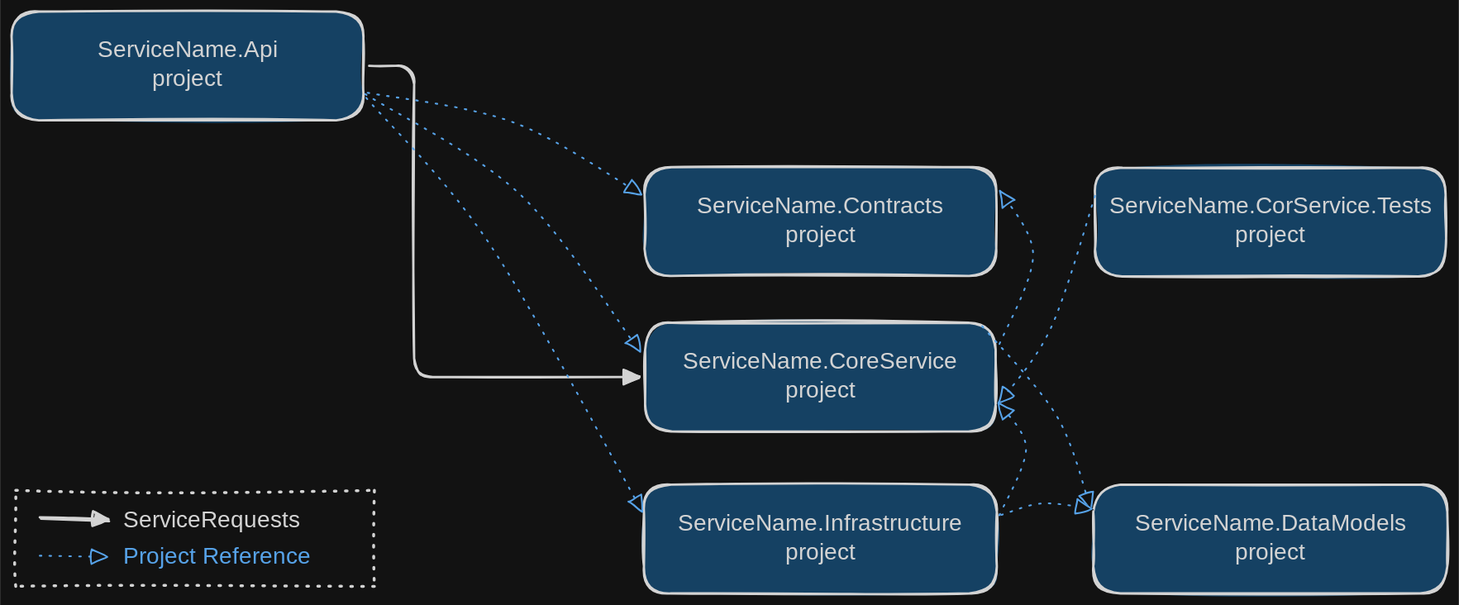
Earlier version of the Excalidraw export resources/schemas/CatServiceProjectStructure.excalidraw.svg (gmarginet/CleanArchitectureToolkit). Source tidied: one line per element, renumbered; positions are measured from the earlier drawing's top-left corner, leaving out a move shared by most shapes.
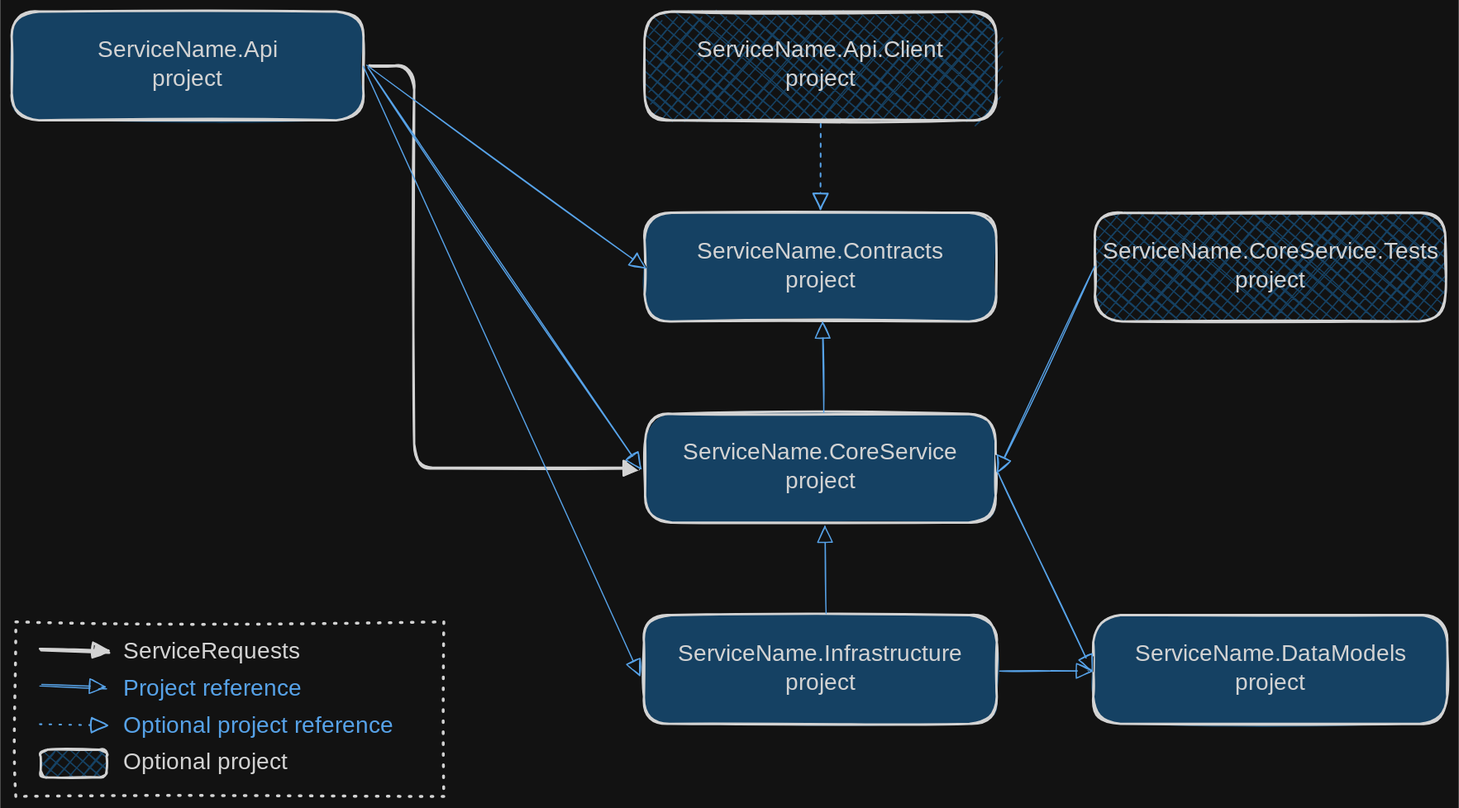
After the commit.

Commit message:
Add the optional Api.Client project to the service project structure (skip-pub)

The readme gets a section and a table row, the drawing gets the box, the
optional reference, more room between the rows and a fuller legend, and the
Cat.Templates plan no longer says the readme leaves the project out.

What changed in the source:
```diff
@@ -1,26 +1,33 @@
 {"id": 0, "type": "rectangle", "strokeColor": "#1e1e1e", "backgroundColor": "#a5d8ff", "fillStyle": "solid", "strokeWidth": 2, "roughness": 1, "round": true, "x": 0, "y": 0, "width": 304, "height": 94}
 {"id": 1, "type": "text", "text": "ServiceName.Api\nproject", "strokeColor": "#1e1e1e", "strokeWidth": 2, "roughness": 1, "fontSize": 20, "fontFamily": 5, "textAlign": "center", "verticalAlign": "middle", "inside": 0, "x": 77, "y": 22, "width": 150, "height": 50}
-{"id": 2, "type": "rectangle", "strokeColor": "#1e1e1e", "backgroundColor": "#a5d8ff", "fillStyle": "solid", "strokeWidth": 2, "roughness": 1, "round": true, "x": 548, "y": 269, "width": 303, "height": 94}
+{"id": 2, "type": "rectangle", "strokeColor": "#1e1e1e", "backgroundColor": "#a5d8ff", "fillStyle": "solid", "strokeWidth": 2, "roughness": 1, "round": true, "x": 548, "y": 348, "width": 303, "height": 94}
-{"id": 3, "type": "text", "text": "ServiceName.CoreService\nproject", "strokeColor": "#1e1e1e", "strokeWidth": 2, "roughness": 1, "fontSize": 20, "fontFamily": 5, "textAlign": "center", "verticalAlign": "middle", "inside": 2, "x": 583, "y": 291, "width": 232, "height": 50}
+{"id": 3, "type": "text", "text": "ServiceName.CoreService\nproject", "strokeColor": "#1e1e1e", "strokeWidth": 2, "roughness": 1, "fontSize": 20, "fontFamily": 5, "textAlign": "center", "verticalAlign": "middle", "inside": 2, "x": 583, "y": 370, "width": 232, "height": 50}
-{"id": 4, "type": "arrow", "strokeColor": "#1e1e1e", "strokeWidth": 2, "roughness": 1, "endArrowhead": "triangle", "from": 0, "to": 2, "x": 309, "y": 47, "width": 234, "height": 269, "points": [[0, 0], [39, 0], [39, 269], [234, 269]]}
+{"id": 4, "type": "arrow", "strokeColor": "#1e1e1e", "strokeWidth": 2, "roughness": 1, "endArrowhead": "triangle", "from": 0, "to": 2, "x": 309, "y": 47, "width": 234, "height": 348, "points": [[0, 0], [39, 0], [39, 348], [234, 348]]}
-{"id": 5, "type": "rectangle", "strokeColor": "#1e1e1e", "backgroundColor": "#a5d8ff", "fillStyle": "solid", "strokeWidth": 2, "roughness": 1, "round": true, "x": 547, "y": 134, "width": 304, "height": 94}
+{"id": 5, "type": "rectangle", "strokeColor": "#1e1e1e", "backgroundColor": "#a5d8ff", "fillStyle": "solid", "strokeWidth": 2, "roughness": 1, "round": true, "x": 547, "y": 174, "width": 304, "height": 94}
-{"id": 6, "type": "text", "text": "ServiceName.Contracts\nproject", "strokeColor": "#1e1e1e", "strokeWidth": 2, "roughness": 1, "fontSize": 20, "fontFamily": 5, "textAlign": "center", "verticalAlign": "middle", "inside": 5, "x": 590, "y": 156, "width": 218, "height": 50}
+{"id": 6, "type": "text", "text": "ServiceName.Contracts\nproject", "strokeColor": "#1e1e1e", "strokeWidth": 2, "roughness": 1, "fontSize": 20, "fontFamily": 5, "textAlign": "center", "verticalAlign": "middle", "inside": 5, "x": 590, "y": 196, "width": 218, "height": 50}
-{"id": 7, "type": "rectangle", "strokeColor": "#1e1e1e", "backgroundColor": "#a5d8ff", "fillStyle": "solid", "strokeWidth": 2, "roughness": 1, "round": true, "x": 546, "y": 409, "width": 305, "height": 94}
+{"id": 7, "type": "rectangle", "strokeColor": "#1e1e1e", "backgroundColor": "#a5d8ff", "fillStyle": "solid", "strokeWidth": 2, "roughness": 1, "round": true, "x": 546, "y": 522, "width": 305, "height": 94}
-{"id": 8, "type": "text", "text": "ServiceName.Infrastructure\nproject", "strokeColor": "#1e1e1e", "strokeWidth": 2, "roughness": 1, "fontSize": 20, "fontFamily": 5, "textAlign": "center", "verticalAlign": "middle", "inside": 7, "x": 568, "y": 431, "width": 263, "height": 50}
+{"id": 8, "type": "text", "text": "ServiceName.Infrastructure\nproject", "strokeColor": "#1e1e1e", "strokeWidth": 2, "roughness": 1, "fontSize": 20, "fontFamily": 5, "textAlign": "center", "verticalAlign": "middle", "inside": 7, "x": 568, "y": 544, "width": 263, "height": 50}
-{"id": 9, "type": "rectangle", "strokeColor": "#1e1e1e", "backgroundColor": "#a5d8ff", "fillStyle": "solid", "strokeWidth": 2, "roughness": 1, "round": true, "x": 935, "y": 409, "width": 306, "height": 94}
+{"id": 9, "type": "rectangle", "strokeColor": "#1e1e1e", "backgroundColor": "#a5d8ff", "fillStyle": "solid", "strokeWidth": 2, "roughness": 1, "round": true, "x": 935, "y": 522, "width": 306, "height": 94}
-{"id": 10, "type": "text", "text": "ServiceName.DataModels\nproject", "strokeColor": "#1e1e1e", "strokeWidth": 2, "roughness": 1, "fontSize": 20, "fontFamily": 5, "textAlign": "center", "verticalAlign": "middle", "inside": 9, "x": 970, "y": 431, "width": 236, "height": 50}
+{"id": 10, "type": "text", "text": "ServiceName.DataModels\nproject", "strokeColor": "#1e1e1e", "strokeWidth": 2, "roughness": 1, "fontSize": 20, "fontFamily": 5, "textAlign": "center", "verticalAlign": "middle", "inside": 9, "x": 970, "y": 544, "width": 236, "height": 50}
-{"id": 11, "type": "rectangle", "strokeColor": "#1e1e1e", "backgroundColor": "#a5d8ff", "fillStyle": "solid", "strokeWidth": 2, "roughness": 1, "round": true, "x": 936, "y": 135, "width": 303, "height": 94}
+{"id": 11, "type": "rectangle", "strokeColor": "#1e1e1e", "backgroundColor": "#a5d8ff", "fillStyle": "cross-hatch", "strokeWidth": 2, "roughness": 1, "round": true, "x": 936, "y": 174, "width": 303, "height": 94}
-{"id": 12, "type": "text", "text": "ServiceName.CorService.Tests\nproject", "strokeColor": "#1e1e1e", "strokeWidth": 2, "roughness": 1, "fontSize": 20, "fontFamily": 5, "textAlign": "center", "verticalAlign": "middle", "inside": 11, "x": 945, "y": 157, "width": 285, "height": 50}
+{"id": 12, "type": "text", "text": "ServiceName.CoreService.Tests\nproject", "strokeColor": "#1e1e1e", "strokeWidth": 2, "roughness": 1, "fontSize": 20, "fontFamily": 5, "textAlign": "center", "verticalAlign": "middle", "inside": 11, "x": 940, "y": 196, "width": 295, "height": 50}
-{"id": 13, "type": "arrow", "strokeColor": "#1971c2", "strokeWidth": 1, "strokeStyle": "dotted", "roughness": 1, "endArrowhead": "triangle_outline", "round": true, "x": 25, "y": 470, "width": 57, "height": 1, "points": [[0, 0], [57, 1]]}
+{"id": 13, "type": "arrow", "strokeColor": "#1971c2", "strokeWidth": 1, "strokeStyle": "dotted", "roughness": 1, "endArrowhead": "triangle_outline", "round": true, "x": 25, "y": 616, "width": 57, "height": 1, "points": [[0, 0], [57, 1]]}
-{"id": 14, "type": "text", "text": "Project Reference", "strokeColor": "#1971c2", "strokeWidth": 2, "strokeStyle": "dotted", "roughness": 1, "fontSize": 20, "fontFamily": 5, "x": 96, "y": 460, "width": 176, "height": 25}
+{"id": 14, "type": "text", "text": "Optional project reference", "strokeColor": "#1971c2", "strokeWidth": 2, "strokeStyle": "dotted", "roughness": 1, "fontSize": 20, "fontFamily": 5, "x": 96, "y": 606, "width": 250, "height": 25}
-{"id": 15, "type": "arrow", "strokeColor": "#1e1e1e", "strokeWidth": 2, "roughness": 1, "endArrowhead": "triangle", "round": true, "x": 24, "y": 439, "width": 59, "height": 1, "points": [[0, 0], [59, 1]]}
+{"id": 15, "type": "arrow", "strokeColor": "#1e1e1e", "strokeWidth": 2, "roughness": 1, "endArrowhead": "triangle", "round": true, "x": 24, "y": 553, "width": 59, "height": 1, "points": [[0, 0], [59, 1]]}
-{"id": 16, "type": "text", "text": "ServiceRequests", "strokeColor": "#1e1e1e", "strokeWidth": 2, "roughness": 1, "fontSize": 20, "fontFamily": 5, "x": 96, "y": 428, "width": 158, "height": 25}
+{"id": 16, "type": "text", "text": "ServiceRequests", "strokeColor": "#1e1e1e", "strokeWidth": 2, "roughness": 1, "fontSize": 20, "fontFamily": 5, "x": 96, "y": 542, "width": 158, "height": 25}
-{"id": 17, "type": "rectangle", "strokeColor": "#1e1e1e", "strokeWidth": 2, "strokeStyle": "dotted", "roughness": 1, "x": 4, "y": 414, "width": 310, "height": 83}
+{"id": 17, "type": "rectangle", "strokeColor": "#1e1e1e", "strokeWidth": 2, "strokeStyle": "dotted", "roughness": 1, "x": 4, "y": 528, "width": 370, "height": 151}
-{"id": 18, "type": "arrow", "strokeColor": "#1971c2", "strokeWidth": 1, "strokeStyle": "dotted", "roughness": 1, "endArrowhead": "triangle_outline", "round": true, "from": 0, "to": 5, "x": 308, "y": 71, "width": 237, "height": 88, "points": [[0, 0], [125, 24], [237, 88]]}
-{"id": 19, "type": "arrow", "strokeColor": "#1971c2", "strokeWidth": 1, "strokeStyle": "dotted", "roughness": 1, "endArrowhead": "triangle_outline", "round": true, "from": 0, "to": 2, "x": 306, "y": 71, "width": 238, "height": 222, "points": [[0, 0], [134, 86], [238, 222]]}
-{"id": 20, "type": "arrow", "strokeColor": "#1971c2", "strokeWidth": 1, "strokeStyle": "dotted", "roughness": 1, "endArrowhead": "triangle_outline", "round": true, "from": 0, "to": 7, "x": 305, "y": 74, "width": 240, "height": 359, "points": [[0, 0], [107, 127], [240, 359]]}
-{"id": 21, "type": "arrow", "strokeColor": "#1971c2", "strokeWidth": 1, "strokeStyle": "dotted", "roughness": 1, "startArrowhead": "triangle_outline", "round": true, "from": 5, "to": 2, "x": 854, "y": 155, "width": 29, "height": 134, "points": [[0, 0], [28, 55], [-1, 134]]}
-{"id": 22, "type": "arrow", "strokeColor": "#1971c2", "strokeWidth": 1, "strokeStyle": "dotted", "roughness": 1, "endArrowhead": "triangle_outline", "round": true, "from": 11, "to": 2, "x": 935, "y": 159, "width": 83, "height": 179, "points": [[0, 0], [-38, 115], [-83, 179]]}
-{"id": 23, "type": "arrow", "strokeColor": "#1971c2", "strokeWidth": 1, "strokeStyle": "dotted", "roughness": 1, "endArrowhead": "triangle_outline", "round": true, "from": 7, "to": 2, "x": 855, "y": 435, "width": 25, "height": 98, "points": [[0, 0], [22, -57], [-3, -98]]}
-{"id": 24, "type": "arrow", "strokeColor": "#1971c2", "strokeWidth": 1, "strokeStyle": "dotted", "roughness": 1, "endArrowhead": "triangle_outline", "round": true, "from": 2, "to": 9, "x": 838, "y": 273, "width": 95, "height": 156, "points": [[0, 0], [65, 76], [95, 156]]}
-{"id": 25, "type": "arrow", "strokeColor": "#1971c2", "strokeWidth": 1, "strokeStyle": "dotted", "roughness": 1, "endArrowhead": "triangle_outline", "round": true, "from": 7, "to": 9, "x": 854, "y": 435, "width": 79, "height": 10, "points": [[0, 0], [35, -10], [79, -5]]}
+{"id": 26, "type": "rectangle", "strokeColor": "#1e1e1e", "backgroundColor": "#a5d8ff", "fillStyle": "cross-hatch", "strokeWidth": 2, "roughness": 1, "round": true, "x": 547, "y": 0, "width": 304, "height": 94}
+{"id": 27, "type": "text", "text": "ServiceName.Api.Client\nproject", "strokeColor": "#1e1e1e", "strokeWidth": 2, "roughness": 1, "fontSize": 20, "fontFamily": 5, "textAlign": "center", "verticalAlign": "middle", "inside": 26, "x": 584, "y": 22, "width": 230, "height": 50}
+{"id": 28, "type": "arrow", "strokeColor": "#1971c2", "strokeWidth": 1, "strokeStyle": "dotted", "roughness": 1, "endArrowhead": "triangle_outline", "round": true, "from": 26, "to": 5, "x": 699, "y": 97, "width": 0, "height": 74, "points": [[0, 0], [0, 74]]}
+{"id": 29, "type": "arrow", "strokeColor": "#1971c2", "strokeWidth": 1, "roughness": 1, "endArrowhead": "triangle_outline", "round": true, "x": 25, "y": 584, "width": 57, "height": 1, "points": [[0, 0], [57, 1]]}
+{"id": 30, "type": "text", "text": "Project reference", "strokeColor": "#1971c2", "strokeWidth": 2, "strokeStyle": "dotted", "roughness": 1, "fontSize": 20, "fontFamily": 5, "x": 96, "y": 574, "width": 170, "height": 25}
+{"id": 31, "type": "rectangle", "strokeColor": "#1e1e1e", "backgroundColor": "#a5d8ff", "fillStyle": "cross-hatch", "strokeWidth": 2, "roughness": 1, "round": true, "x": 25, "y": 638, "width": 57, "height": 24}
+{"id": 32, "type": "text", "text": "Optional project", "strokeColor": "#1e1e1e", "strokeWidth": 2, "roughness": 1, "fontSize": 20, "fontFamily": 5, "x": 96, "y": 638, "width": 160, "height": 25}
+{"id": 33, "type": "arrow", "strokeColor": "#1971c2", "strokeWidth": 1, "roughness": 1, "endArrowhead": "triangle_outline", "from": 0, "to": 5, "x": 307, "y": 46, "width": 241, "height": 176, "points": [[0, 0], [241, 176]]}
+{"id": 34, "type": "arrow", "strokeColor": "#1971c2", "strokeWidth": 1, "roughness": 1, "endArrowhead": "triangle_outline", "from": 0, "to": 2, "x": 308, "y": 48, "width": 236, "height": 347, "points": [[0, 0], [236, 347]]}
+{"id": 35, "type": "arrow", "strokeColor": "#1971c2", "strokeWidth": 1, "roughness": 1, "endArrowhead": "triangle_outline", "from": 0, "to": 7, "x": 304, "y": 47, "width": 239, "height": 527, "points": [[0, 0], [239, 527]]}
+{"id": 36, "type": "arrow", "strokeColor": "#1971c2", "strokeWidth": 1, "roughness": 1, "endArrowhead": "triangle_outline", "from": 2, "to": 5, "x": 702, "y": 346, "width": 1, "height": 78, "points": [[0, 0], [-1, -78]]}
+{"id": 37, "type": "arrow", "strokeColor": "#1971c2", "strokeWidth": 1, "roughness": 1, "endArrowhead": "triangle_outline", "from": 7, "to": 2, "x": 704, "y": 520, "width": 1, "height": 75, "points": [[0, 0], [-1, -75]]}
+{"id": 38, "type": "arrow", "strokeColor": "#1971c2", "strokeWidth": 1, "roughness": 1, "endArrowhead": "triangle_outline", "from": 7, "to": 9, "x": 854, "y": 570, "width": 80, "height": 0, "points": [[0, 0], [80, 0]]}
+{"id": 39, "type": "arrow", "strokeColor": "#1971c2", "strokeWidth": 1, "roughness": 1, "endArrowhead": "triangle_outline", "from": 2, "to": 9, "x": 852, "y": 397, "width": 82, "height": 173, "points": [[0, 0], [82, 173]]}
+{"id": 40, "type": "arrow", "strokeColor": "#1971c2", "strokeWidth": 1, "roughness": 1, "endArrowhead": "triangle_outline", "from": 11, "to": 2, "x": 936, "y": 220, "width": 84, "height": 178, "points": [[0, 0], [-84, 178]]}
```
